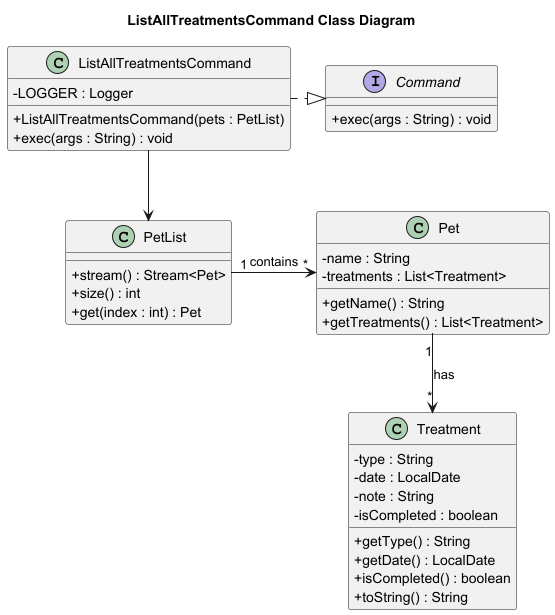
This is docs/diagrams/ListAllTreatmentsCommand_Class_Diagram.png from Kevin88866/tp, a PlantUML export, as it was before one commit.
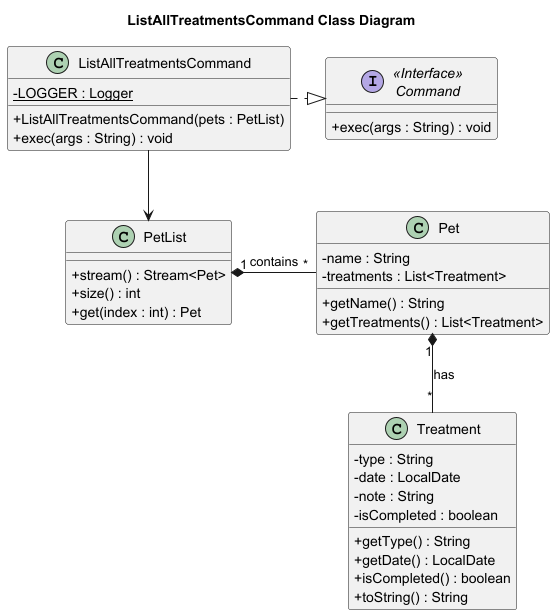
The same file after the commit.

The edit, as a diff of the source:
```diff
@@ -3,12 +3,12 @@
 title ListAllTreatmentsCommand Class Diagram
 
 
-interface Command {
+interface "<<Interface>>\nCommand" as Command {
     + exec(args : String) : void
 }
 
 class ListAllTreatmentsCommand {
-    - LOGGER : Logger
+    - {static} LOGGER : Logger
     + ListAllTreatmentsCommand(pets : PetList)
     + exec(args : String) : void
 }
@@ -40,6 +40,6 @@
 
 ListAllTreatmentsCommand .|> Command
 ListAllTreatmentsCommand --> PetList
-PetList "1" -> "*" Pet : contains
-Pet "1" --> "*" Treatment : has
+PetList "1" *- "*" Pet : contains
+Pet "1" *-- "*" Treatment : has
 @enduml
```
